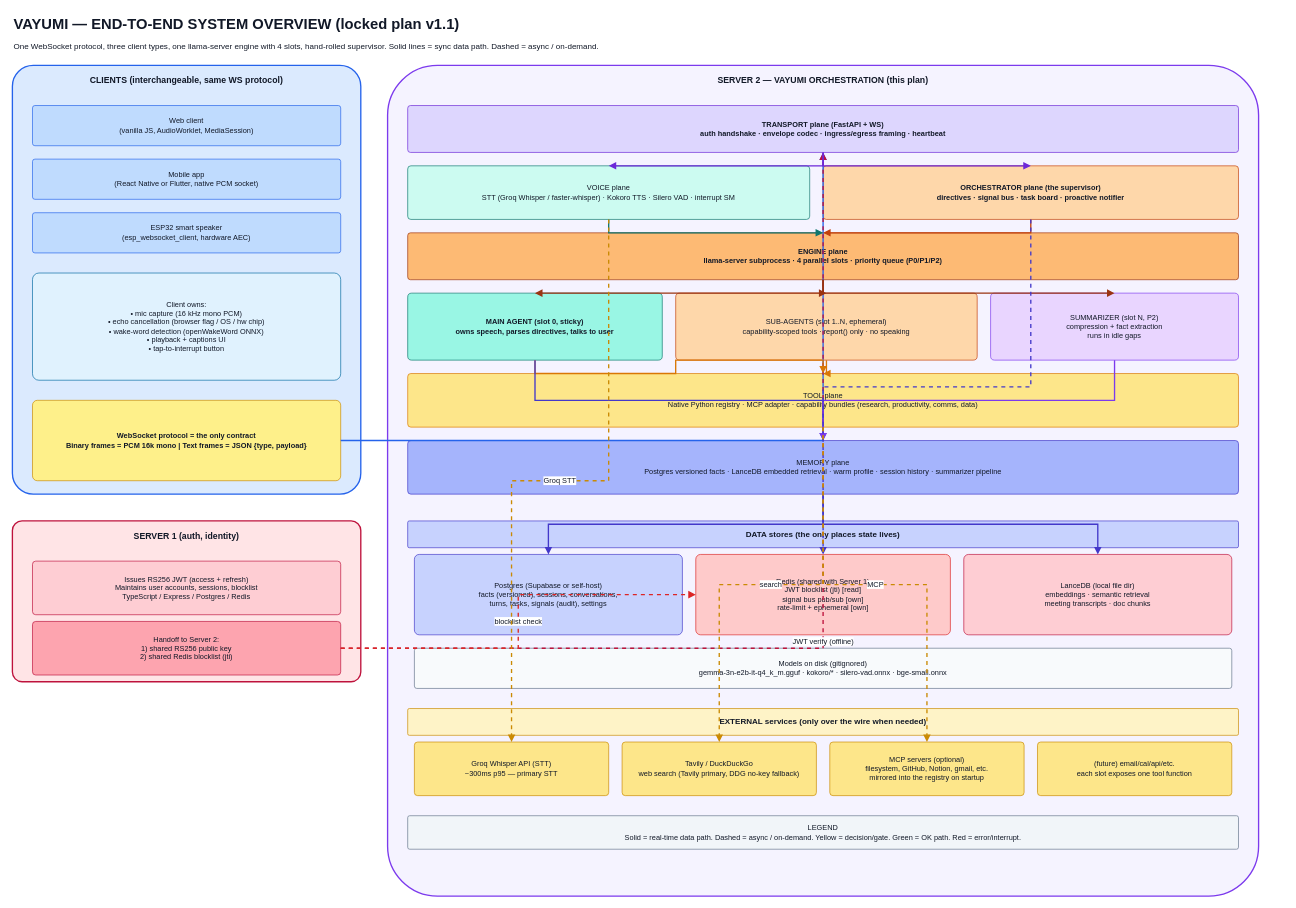
Above: page "01 System Overview" (1 of 17) of Server2/orchestrator_diagram_v3.drawio in DharambirAgrawal/Vayumi (draw.io), before the change. Source tidied: cells renumbered, new cells numbered last; positions are measured from the earlier drawing's top-left corner, leaving out a move shared by most shapes. Both pictures are drawn from the tidied source at 67%, with x=0, y=0 at pixel (12, 11).
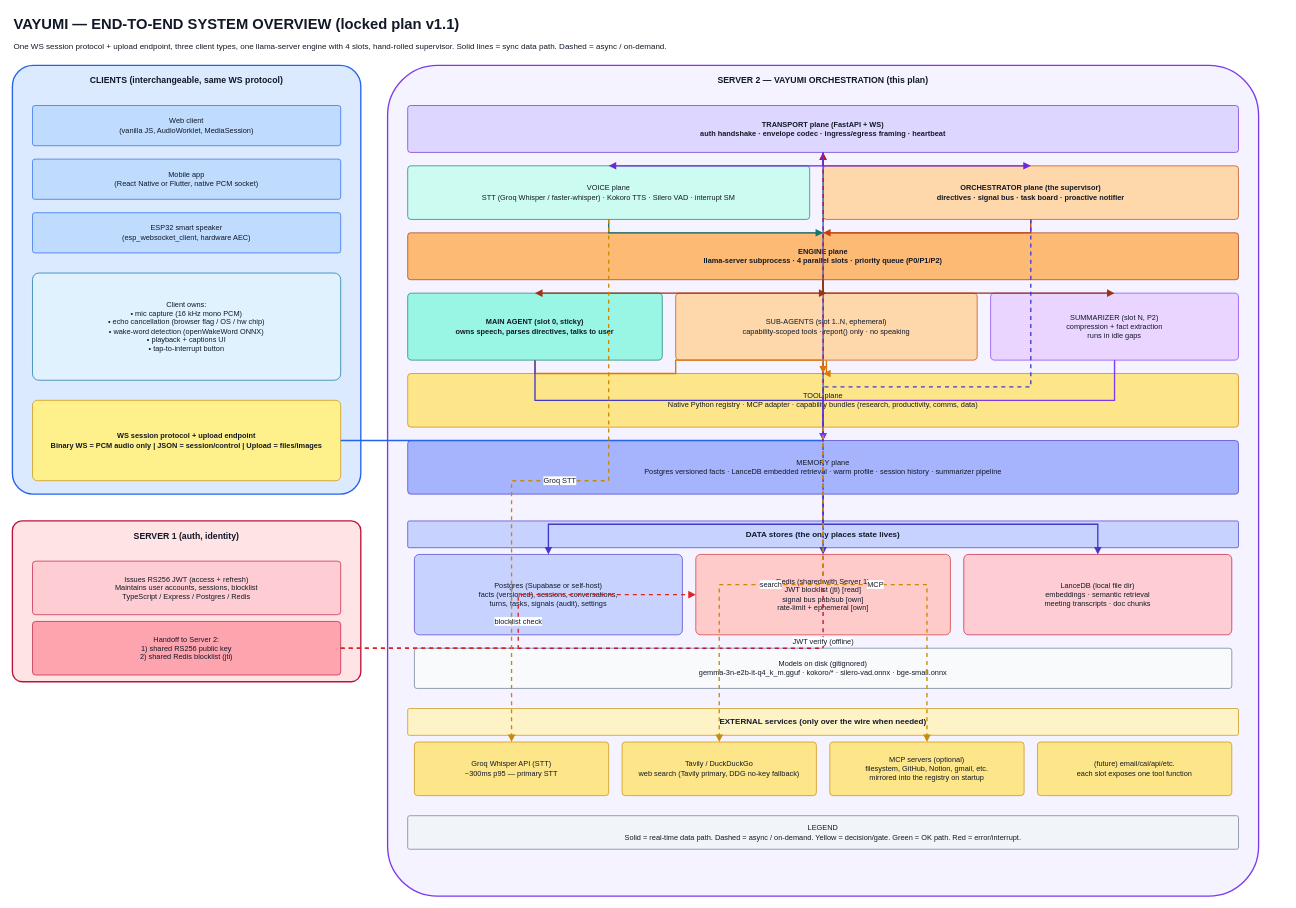
The same diagram, later.

Diff of the diagram source:
```diff
@@
-    <mxCell id="3" value="One WebSocket protocol, three client types, one llama-server engine with 4 slots, hand-rolled supervisor. Solid lines = sync data path. Dashed = async / on-demand." style="text;html=1;fontSize=12;fillColor=none;strokeColor=none;fontColor=#111827;" parent="1" vertex="1">
+    <mxCell id="3" value="One WS session protocol + upload endpoint, three client types, one llama-server engine with 4 slots, hand-rolled supervisor. Solid lines = sync data path. Dashed = async / on-demand." style="text;html=1;fontSize=12;fillColor=none;strokeColor=none;fontColor=#111827;" parent="1" vertex="1">
       <mxGeometry y="38" width="1900" height="22" as="geometry" />
     </mxCell>
@@
-    <mxCell id="9" value="WebSocket protocol = the only contract&#10;Binary frames = PCM 16k mono | Text frames = JSON {type, payload}" style="rounded=1;fillColor=#FEF08A;strokeColor=#CA8A04;fontStyle=1;fontSize=11;fontColor=#111827;whiteSpace=wrap;html=1;arcSize=6;" parent="1" vertex="1">
+    <mxCell id="9" value="WS session protocol + upload endpoint&#10;Binary WS = PCM audio only | JSON = session/control | Upload = files/images" style="rounded=1;fillColor=#FEF08A;strokeColor=#CA8A04;fontStyle=1;fontSize=11;fontColor=#111827;whiteSpace=wrap;html=1;arcSize=6;" parent="1" vertex="1">
       <mxGeometry x="30" y="580" width="460" height="120" as="geometry" />
     </mxCell>
```
